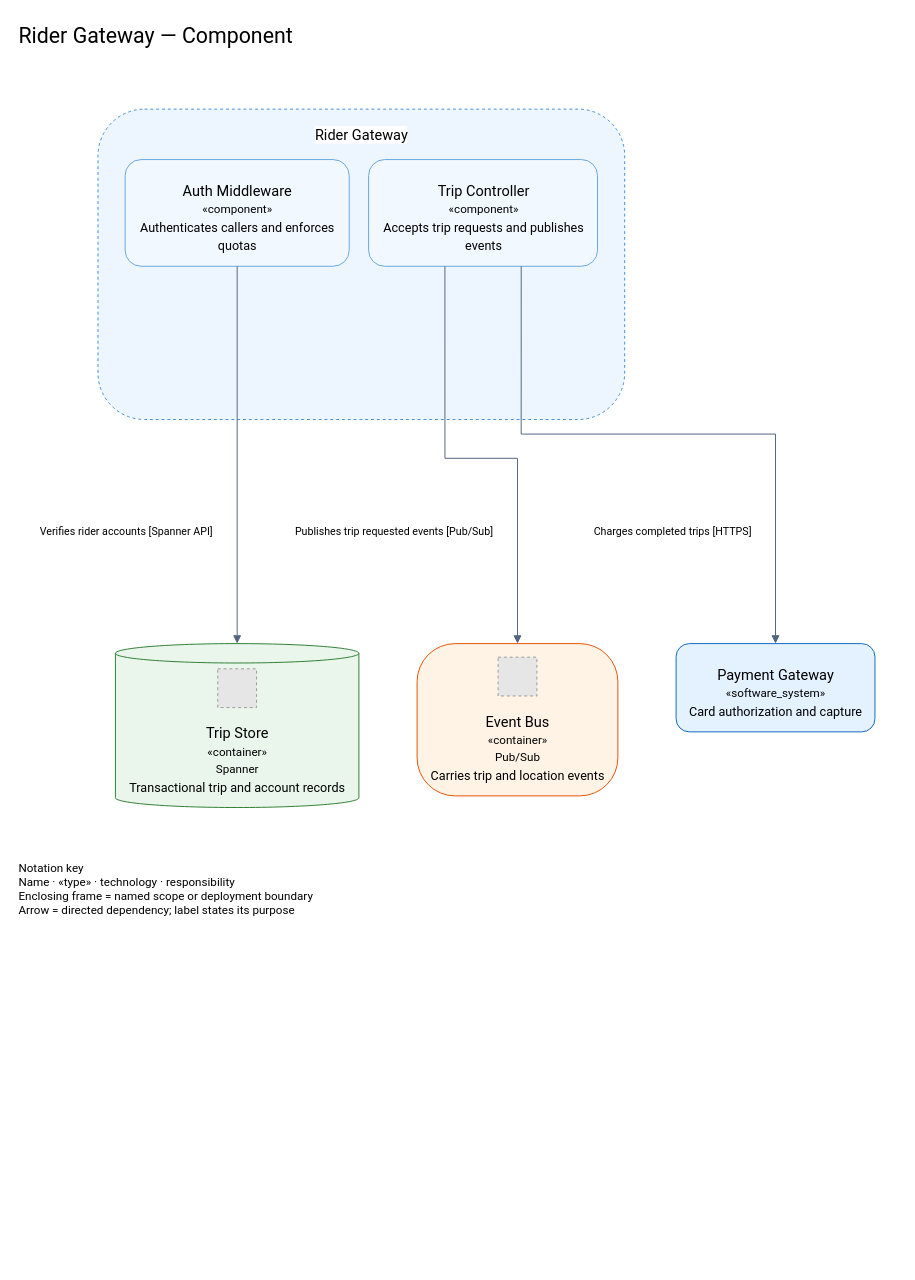
Before: examples/ride-dispatch/diagrams/03-components/component-rider-gateway.drawio in tyler59simon/architecture-suite-plugin, a draw.io diagram. Source tidied: cells renumbered, new cells numbered last; positions are measured from the earlier drawing's top-left corner, leaving out a move shared by most shapes. Both pictures are drawn from the tidied source at 97%, with x=0, y=0 at pixel (16, 16). Pictures stored in the file or linked from it are replaced by grey dashed boxes.
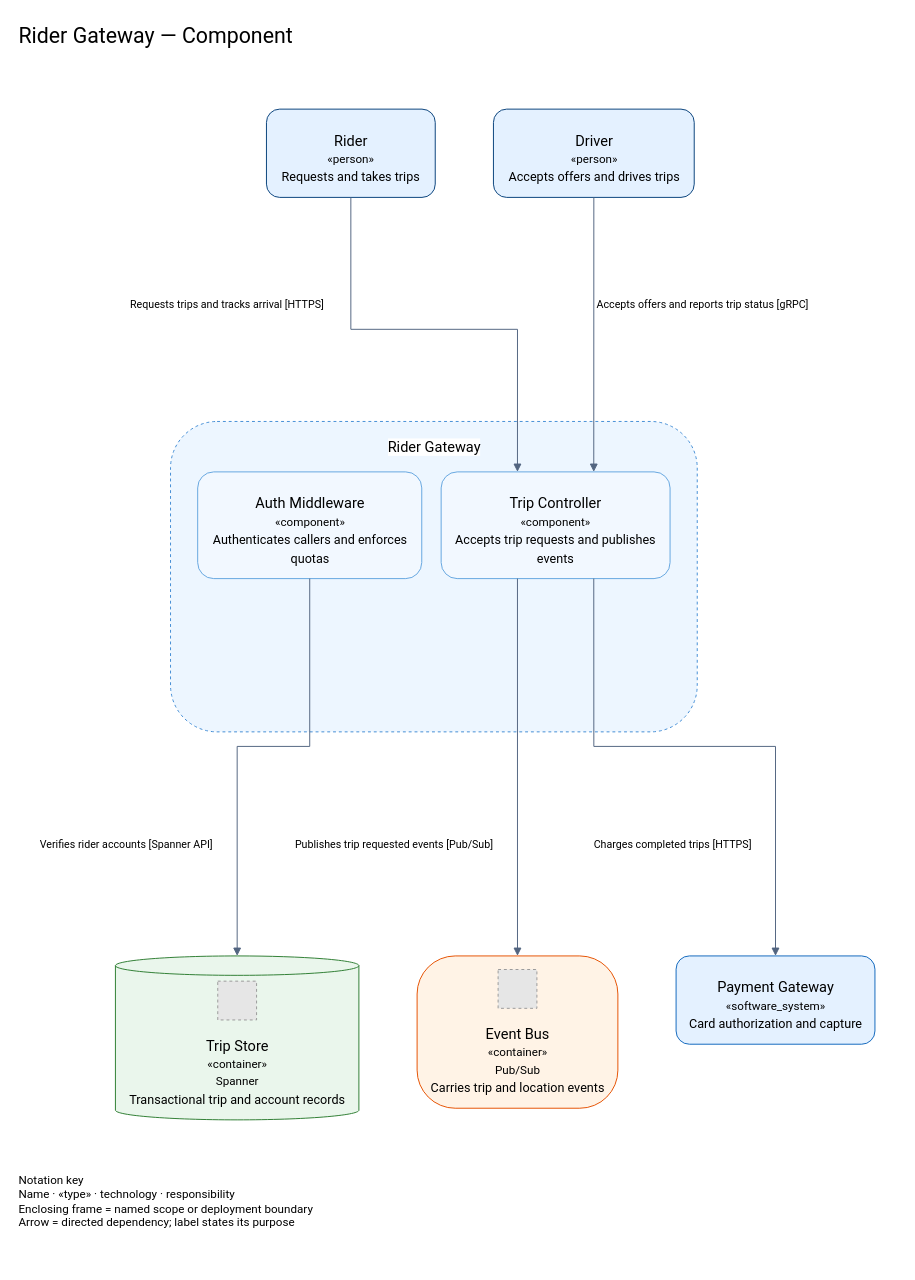
After the change.

Change to the diagram source:
```diff
@@
-    <mxCell id="3" style="rounded=1;fillColor=#e4f1ff;strokeColor=#1168bd;dashed=0;" parent="1" vertex="1">
-      <mxGeometry x="679.5" y="646" width="205" height="91" as="geometry" />
+    <mxCell id="3" style="rounded=1;fillColor=#e4f1ff;strokeColor=#08427b;dashed=0;" parent="1" vertex="1">
+      <mxGeometry x="257.2" y="95" width="174" height="91" as="geometry" />
     </mxCell>
-    <mxCell id="4" value="Payment Gateway" style="text;html=1;align=center;fontSize=15;fontFamily=Roboto;spacing=0;" parent="3" vertex="1">
-      <mxGeometry y="19" width="205" height="22" as="geometry" />
+    <mxCell id="4" value="Rider" style="text;html=1;align=center;fontSize=15;fontFamily=Roboto;spacing=0;" parent="3" vertex="1">
+      <mxGeometry y="19" width="174" height="22" as="geometry" />
     </mxCell>
-    <mxCell id="5" value="«software_system»" style="text;html=1;align=center;fontSize=12;fontFamily=Roboto;spacing=0;" parent="3" vertex="1">
-      <mxGeometry y="40" width="205" height="18" as="geometry" />
+    <mxCell id="5" value="«person»" style="text;html=1;align=center;fontSize=12;fontFamily=Roboto;spacing=0;" parent="3" vertex="1">
+      <mxGeometry y="40" width="174" height="18" as="geometry" />
     </mxCell>
-    <mxCell id="6" value="Card authorization and capture" style="text;html=1;align=center;fontSize=13;fontFamily=Roboto;spacing=0;" parent="3" vertex="1">
-      <mxGeometry y="58" width="205" height="19" as="geometry" />
+    <mxCell id="6" value="Requests and takes trips" style="text;html=1;align=center;fontSize=13;fontFamily=Roboto;spacing=0;" parent="3" vertex="1">
+      <mxGeometry y="58" width="174" height="19" as="geometry" />
     </mxCell>
-    <mxCell id="7" style="rounded=1;arcSize=25;fillColor=#fff3e6;strokeColor=#e65100;dashed=0;" parent="1" vertex="1">
-      <mxGeometry x="412.5" y="646" width="207" height="157" as="geometry" />
+    <mxCell id="7" style="rounded=1;fillColor=#e4f1ff;strokeColor=#08427b;dashed=0;" parent="1" vertex="1">
+      <mxGeometry x="491.2" y="95" width="207" height="91" as="geometry" />
     </mxCell>
-    <mxCell id="8" value="Event Bus" style="text;html=1;align=center;fontSize=15;fontFamily=Roboto;spacing=0;" parent="7" vertex="1">
-      <mxGeometry y="67" width="207" height="22" as="geometry" />
+    <mxCell id="8" value="Driver" style="text;html=1;align=center;fontSize=15;fontFamily=Roboto;spacing=0;" parent="7" vertex="1">
+      <mxGeometry y="19" width="207" height="22" as="geometry" />
     </mxCell>
-    <mxCell id="9" value="«container»" style="text;html=1;align=center;fontSize=12;fontFamily=Roboto;spacing=0;" parent="7" vertex="1">
-      <mxGeometry y="88" width="207" height="18" as="geometry" />
+    <mxCell id="9" value="«person»" style="text;html=1;align=center;fontSize=12;fontFamily=Roboto;spacing=0;" parent="7" vertex="1">
+      <mxGeometry y="40" width="207" height="18" as="geometry" />
     </mxCell>
-    <mxCell id="10" value="Pub/Sub" style="text;html=1;align=center;fontSize=12;fontFamily=Roboto;spacing=0;" parent="7" vertex="1">
-      <mxGeometry y="106" width="207" height="18" as="geometry" />
+    <mxCell id="10" value="Accepts offers and drives trips" style="text;html=1;align=center;fontSize=13;fontFamily=Roboto;spacing=0;" parent="7" vertex="1">
+      <mxGeometry y="58" width="207" height="19" as="geometry" />
     </mxCell>
-    <mxCell id="11" value="Carries trip and location events" style="text;html=1;align=center;fontSize=13;fontFamily=Roboto;spacing=0;" parent="7" vertex="1">
-      <mxGeometry y="124" width="207" height="19" as="geometry" />
-    </mxCell>
-    <mxCell id="12" style="fillColor=#E6E6E6;strokeColor=#999999;dashed=1;" parent="7" vertex="1">
-      <mxGeometry x="83.5" y="14" width="40" height="40" as="geometry" />
-    </mxCell>
-    <mxCell id="13" style="shape=cylinder3;boundedLbl=1;backgroundOutline=1;size=10;fillColor=#eaf6ec;strokeColor=#2e7d32;dashed=0;" parent="1" vertex="1">
-      <mxGeometry x="101.5" y="646" width="251" height="169" as="geometry" />
+    <mxCell id="13" style="rounded=1;fillColor=#e4f1ff;strokeColor=#1168bd;dashed=0;" parent="1" vertex="1">
+      <mxGeometry x="679.5" y="968" width="205" height="91" as="geometry" />
     </mxCell>
-    <mxCell id="14" value="Trip Store" style="text;html=1;align=center;fontSize=15;fontFamily=Roboto;spacing=0;" parent="13" vertex="1">
-      <mxGeometry y="79" width="251" height="22" as="geometry" />
+    <mxCell id="14" value="Payment Gateway" style="text;html=1;align=center;fontSize=15;fontFamily=Roboto;spacing=0;" parent="13" vertex="1">
+      <mxGeometry y="19" width="205" height="22" as="geometry" />
     </mxCell>
-    <mxCell id="15" value="«container»" style="text;html=1;align=center;fontSize=12;fontFamily=Roboto;spacing=0;" parent="13" vertex="1">
-      <mxGeometry y="100" width="251" height="18" as="geometry" />
+    <mxCell id="15" value="«software_system»" style="text;html=1;align=center;fontSize=12;fontFamily=Roboto;spacing=0;" parent="13" vertex="1">
+      <mxGeometry y="40" width="205" height="18" as="geometry" />
     </mxCell>
-    <mxCell id="16" value="Spanner" style="text;html=1;align=center;fontSize=12;fontFamily=Roboto;spacing=0;" parent="13" vertex="1">
-      <mxGeometry y="118" width="251" height="18" as="geometry" />
+    <mxCell id="16" value="Card authorization and capture" style="text;html=1;align=center;fontSize=13;fontFamily=Roboto;spacing=0;" parent="13" vertex="1">
+      <mxGeometry y="58" width="205" height="19" as="geometry" />
     </mxCell>
-    <mxCell id="17" value="Transactional trip and account records" style="text;html=1;align=center;fontSize=13;fontFamily=Roboto;spacing=0;" parent="13" vertex="1">
-      <mxGeometry y="136" width="251" height="19" as="geometry" />
-    </mxCell>
-    <mxCell id="18" style="fillColor=#E6E6E6;strokeColor=#999999;dashed=1;" parent="13" vertex="1">
-      <mxGeometry x="105.5" y="26" width="40" height="40" as="geometry" />
-    </mxCell>
-    <mxCell id="19" style="rounded=1;fillColor=#edf6ff;strokeColor=#438dd5;dashed=1;" parent="1" vertex="1">
-      <mxGeometry x="83.5" y="95" width="543" height="320" as="geometry" />
+    <mxCell id="19" style="rounded=1;arcSize=25;fillColor=#fff3e6;strokeColor=#e65100;dashed=0;" parent="1" vertex="1">
+      <mxGeometry x="412.5" y="968" width="207" height="157" as="geometry" />
     </mxCell>
+    <mxCell id="36" value="Event Bus" style="text;html=1;align=center;fontSize=15;fontFamily=Roboto;spacing=0;" parent="19" vertex="1">
+      <mxGeometry y="67" width="207" height="22" as="geometry" />
+    </mxCell>
+    <mxCell id="38" value="«container»" style="text;html=1;align=center;fontSize=12;fontFamily=Roboto;spacing=0;" parent="19" vertex="1">
+      <mxGeometry y="88" width="207" height="18" as="geometry" />
+    </mxCell>
+    <mxCell id="39" value="Pub/Sub" style="text;html=1;align=center;fontSize=12;fontFamily=Roboto;spacing=0;" parent="19" vertex="1">
+      <mxGeometry y="106" width="207" height="18" as="geometry" />
+    </mxCell>
+    <mxCell id="11" value="Carries trip and location events" style="text;html=1;align=center;fontSize=13;fontFamily=Roboto;spacing=0;" parent="19" vertex="1">
+      <mxGeometry y="124" width="207" height="19" as="geometry" />
+    </mxCell>
+    <mxCell id="12" style="fillColor=#E6E6E6;strokeColor=#999999;dashed=1;" parent="19" vertex="1">
+      <mxGeometry x="83.5" y="14" width="40" height="40" as="geometry" />
+    </mxCell>
-    <mxCell id="20" style="rounded=1;fillColor=#f2f8ff;strokeColor=#65a6df;dashed=0;" parent="19" vertex="1">
-      <mxGeometry x="28" y="52" width="231" height="110" as="geometry" />
+    <mxCell id="20" style="shape=cylinder3;boundedLbl=1;backgroundOutline=1;size=10;fillColor=#eaf6ec;strokeColor=#2e7d32;dashed=0;" parent="1" vertex="1">
+      <mxGeometry x="101.5" y="968" width="251" height="169" as="geometry" />
     </mxCell>
-    <mxCell id="21" value="Auth Middleware" style="text;html=1;align=center;fontSize=15;fontFamily=Roboto;spacing=0;" parent="20" vertex="1">
-      <mxGeometry y="19" width="231" height="22" as="geometry" />
+    <mxCell id="21" value="Trip Store" style="text;html=1;align=center;fontSize=15;fontFamily=Roboto;spacing=0;" parent="20" vertex="1">
+      <mxGeometry y="79" width="251" height="22" as="geometry" />
     </mxCell>
-    <mxCell id="22" value="«component»" style="text;html=1;align=center;fontSize=12;fontFamily=Roboto;spacing=0;" parent="20" vertex="1">
-      <mxGeometry y="40" width="231" height="18" as="geometry" />
+    <mxCell id="22" value="«container»" style="text;html=1;align=center;fontSize=12;fontFamily=Roboto;spacing=0;" parent="20" vertex="1">
+      <mxGeometry y="100" width="251" height="18" as="geometry" />
     </mxCell>
-    <mxCell id="23" value="Authenticates callers and enforces" style="text;html=1;align=center;fontSize=13;fontFamily=Roboto;spacing=0;" parent="20" vertex="1">
-      <mxGeometry y="58" width="231" height="19" as="geometry" />
+    <mxCell id="23" value="Spanner" style="text;html=1;align=center;fontSize=12;fontFamily=Roboto;spacing=0;" parent="20" vertex="1">
+      <mxGeometry y="118" width="251" height="18" as="geometry" />
     </mxCell>
-    <mxCell id="24" value="quotas" style="text;html=1;align=center;fontSize=13;fontFamily=Roboto;spacing=0;" parent="20" vertex="1">
-      <mxGeometry y="77" width="231" height="19" as="geometry" />
+    <mxCell id="24" value="Transactional trip and account records" style="text;html=1;align=center;fontSize=13;fontFamily=Roboto;spacing=0;" parent="20" vertex="1">
+      <mxGeometry y="136" width="251" height="19" as="geometry" />
     </mxCell>
+    <mxCell id="18" style="fillColor=#E6E6E6;strokeColor=#999999;dashed=1;" parent="20" vertex="1">
+      <mxGeometry x="105.5" y="26" width="40" height="40" as="geometry" />
+    </mxCell>
-    <mxCell id="25" style="rounded=1;fillColor=#f2f8ff;strokeColor=#65a6df;dashed=0;" parent="19" vertex="1">
-      <mxGeometry x="279" y="52" width="236" height="110" as="geometry" />
+    <mxCell id="25" style="rounded=1;fillColor=#edf6ff;strokeColor=#438dd5;dashed=1;" parent="1" vertex="1">
+      <mxGeometry x="158.3" y="417" width="543" height="320" as="geometry" />
     </mxCell>
-    <mxCell id="26" value="Trip Controller" style="text;html=1;align=center;fontSize=15;fontFamily=Roboto;spacing=0;" parent="25" vertex="1">
-      <mxGeometry y="19" width="236" height="22" as="geometry" />
-    </mxCell>
+    <mxCell id="40" style="rounded=1;fillColor=#f2f8ff;strokeColor=#65a6df;dashed=0;" parent="25" vertex="1">
+      <mxGeometry x="28" y="52" width="231" height="110" as="geometry" />
+    </mxCell>
+    <mxCell id="41" value="Auth Middleware" style="text;html=1;align=center;fontSize=15;fontFamily=Roboto;spacing=0;" parent="40" vertex="1">
+      <mxGeometry y="19" width="231" height="22" as="geometry" />
+    </mxCell>
+    <mxCell id="42" value="«component»" style="text;html=1;align=center;fontSize=12;fontFamily=Roboto;spacing=0;" parent="40" vertex="1">
+      <mxGeometry y="40" width="231" height="18" as="geometry" />
+    </mxCell>
+    <mxCell id="43" value="Authenticates callers and enforces" style="text;html=1;align=center;fontSize=13;fontFamily=Roboto;spacing=0;" parent="40" vertex="1">
+      <mxGeometry y="58" width="231" height="19" as="geometry" />
+    </mxCell>
+    <mxCell id="44" value="quotas" style="text;html=1;align=center;fontSize=13;fontFamily=Roboto;spacing=0;" parent="40" vertex="1">
+      <mxGeometry y="77" width="231" height="19" as="geometry" />
+    </mxCell>
+    <mxCell id="45" style="rounded=1;fillColor=#f2f8ff;strokeColor=#65a6df;dashed=0;" parent="25" vertex="1">
+      <mxGeometry x="279" y="52" width="236" height="110" as="geometry" />
+    </mxCell>
+    <mxCell id="46" value="Trip Controller" style="text;html=1;align=center;fontSize=15;fontFamily=Roboto;spacing=0;" parent="45" vertex="1">
+      <mxGeometry y="19" width="236" height="22" as="geometry" />
+    </mxCell>
-    <mxCell id="27" value="«component»" style="text;html=1;align=center;fontSize=12;fontFamily=Roboto;spacing=0;" parent="25" vertex="1">
+    <mxCell id="27" value="«component»" style="text;html=1;align=center;fontSize=12;fontFamily=Roboto;spacing=0;" parent="45" vertex="1">
       <mxGeometry y="40" width="236" height="18" as="geometry" />
     </mxCell>
-    <mxCell id="28" value="Accepts trip requests and publishes" style="text;html=1;align=center;fontSize=13;fontFamily=Roboto;spacing=0;" parent="25" vertex="1">
+    <mxCell id="28" value="Accepts trip requests and publishes" style="text;html=1;align=center;fontSize=13;fontFamily=Roboto;spacing=0;" parent="45" vertex="1">
       <mxGeometry y="58" width="236" height="19" as="geometry" />
     </mxCell>
-    <mxCell id="29" value="events" style="text;html=1;align=center;fontSize=13;fontFamily=Roboto;spacing=0;" parent="25" vertex="1">
+    <mxCell id="29" value="events" style="text;html=1;align=center;fontSize=13;fontFamily=Roboto;spacing=0;" parent="45" vertex="1">
       <mxGeometry y="77" width="236" height="19" as="geometry" />
     </mxCell>
-    <mxCell id="30" style="endArrow=block;dashed=0;rounded=0;strokeColor=#526580;exitX=0.5;exitY=1.0;exitPerimeter=0;entryX=0.5;entryY=0.0;entryPerimeter=0;noEdgeStyle=1;" parent="1" edge="1" source="20" target="13">
-      <mxGeometry relative="1" as="geometry" />
+    <mxCell id="30" style="endArrow=block;dashed=0;rounded=0;strokeColor=#526580;exitX=0.5;exitY=1.0;exitPerimeter=0;entryX=0.3333333333333334;entryY=0.0;entryPerimeter=0;noEdgeStyle=1;" parent="1" edge="1" source="3" target="45">
+      <mxGeometry relative="1" as="geometry">
+        <Array as="points">
+          <mxPoint x="344.2" y="322" />
+          <mxPoint x="516" y="322" />
+        </Array>
+      </mxGeometry>
     </mxCell>
-    <mxCell id="31" value="Verifies rider accounts [Spanner API]" style="text;html=1;fillColor=#ffffff;fontSize=11;fontFamily=Roboto;spacing=0;" parent="1" vertex="1">
-      <mxGeometry x="24" y="520" width="201" height="26" as="geometry" />
+    <mxCell id="31" value="Requests trips and tracks arrival [HTTPS]" style="text;html=1;fillColor=#ffffff;fontSize=11;fontFamily=Roboto;spacing=0;" parent="1" vertex="1">
+      <mxGeometry x="117.2" y="286" width="225" height="26" as="geometry" />
     </mxCell>
-    <mxCell id="32" style="endArrow=block;dashed=0;rounded=0;strokeColor=#526580;exitX=0.3333333333333334;exitY=1.0;exitPerimeter=0;entryX=0.5;entryY=0.0;entryPerimeter=0;noEdgeStyle=1;" parent="1" edge="1" source="25" target="7">
-      <mxGeometry relative="1" as="geometry">
-        <Array as="points">
-          <mxPoint x="441.2" y="455" />
-          <mxPoint x="516" y="455" />
-        </Array>
-      </mxGeometry>
+    <mxCell id="32" style="endArrow=block;dashed=0;rounded=0;strokeColor=#526580;exitX=0.5;exitY=1.0;exitPerimeter=0;entryX=0.6666666666666671;entryY=0.0;entryPerimeter=0;noEdgeStyle=1;" parent="1" edge="1" source="7" target="45">
+      <mxGeometry relative="1" as="geometry" />
     </mxCell>
-    <mxCell id="33" value="Publishes trip requested events [Pub/Sub]" style="text;html=1;fillColor=#ffffff;fontSize=11;fontFamily=Roboto;spacing=0;" parent="1" vertex="1">
-      <mxGeometry x="287" y="520" width="227" height="26" as="geometry" />
+    <mxCell id="33" value="Accepts offers and reports trip status [gRPC]" style="text;html=1;fillColor=#ffffff;fontSize=11;fontFamily=Roboto;spacing=0;" parent="1" vertex="1">
+      <mxGeometry x="597.7" y="286" width="242" height="26" as="geometry" />
     </mxCell>
-    <mxCell id="34" style="endArrow=block;dashed=0;rounded=0;strokeColor=#526580;exitX=0.6666666666666669;exitY=1.0;exitPerimeter=0;entryX=0.5;entryY=0.0;entryPerimeter=0;noEdgeStyle=1;" parent="1" edge="1" source="25" target="3">
+    <mxCell id="34" style="endArrow=block;dashed=0;rounded=0;strokeColor=#526580;exitX=0.5;exitY=1.0;exitPerimeter=0;entryX=0.5000000000000002;entryY=0.0;entryPerimeter=0;noEdgeStyle=1;" parent="1" edge="1" source="40" target="20">
       <mxGeometry relative="1" as="geometry">
         <Array as="points">
-          <mxPoint x="519.8" y="430" />
-          <mxPoint x="782" y="430" />
+          <mxPoint x="301.8" y="752" />
+          <mxPoint x="227" y="752" />
         </Array>
       </mxGeometry>
     </mxCell>
-    <mxCell id="35" value="Charges completed trips [HTTPS]" style="text;html=1;fillColor=#ffffff;fontSize=11;fontFamily=Roboto;spacing=0;" parent="1" vertex="1">
-      <mxGeometry x="595" y="520" width="185" height="26" as="geometry" />
+    <mxCell id="35" value="Verifies rider accounts [Spanner API]" style="text;html=1;fillColor=#ffffff;fontSize=11;fontFamily=Roboto;spacing=0;" parent="1" vertex="1">
+      <mxGeometry x="24" y="842" width="201" height="26" as="geometry" />
     </mxCell>
-    <mxCell id="36" value="Rider Gateway" style="text;html=1;align=center;fontSize=15;fontFamily=Roboto;spacing=0;labelBackgroundColor=#ffffff;" parent="1" vertex="1">
-      <mxGeometry x="83.5" y="108" width="543" height="22" as="geometry" />
-    </mxCell>
+    <mxCell id="47" style="endArrow=block;dashed=0;rounded=0;strokeColor=#526580;exitX=0.3333333333333334;exitY=1.0;exitPerimeter=0;entryX=0.5;entryY=0.0;entryPerimeter=0;noEdgeStyle=1;" parent="1" edge="1" source="45" target="19">
+      <mxGeometry relative="1" as="geometry" />
+    </mxCell>
+    <mxCell id="48" value="Publishes trip requested events [Pub/Sub]" style="text;html=1;fillColor=#ffffff;fontSize=11;fontFamily=Roboto;spacing=0;" parent="1" vertex="1">
+      <mxGeometry x="287" y="842" width="227" height="26" as="geometry" />
+    </mxCell>
+    <mxCell id="49" style="endArrow=block;dashed=0;rounded=0;strokeColor=#526580;exitX=0.6666666666666671;exitY=1.0;exitPerimeter=0;entryX=0.5;entryY=0.0;entryPerimeter=0;noEdgeStyle=1;" parent="1" edge="1" source="45" target="13">
+      <mxGeometry relative="1" as="geometry">
+        <Array as="points">
+          <mxPoint x="594.7" y="752" />
+          <mxPoint x="782" y="752" />
+        </Array>
+      </mxGeometry>
+    </mxCell>
+    <mxCell id="50" value="Charges completed trips [HTTPS]" style="text;html=1;fillColor=#ffffff;fontSize=11;fontFamily=Roboto;spacing=0;" parent="1" vertex="1">
+      <mxGeometry x="595" y="842" width="185" height="26" as="geometry" />
+    </mxCell>
+    <mxCell id="26" value="Rider Gateway" style="text;html=1;align=center;fontSize=15;fontFamily=Roboto;spacing=0;labelBackgroundColor=#ffffff;" parent="1" vertex="1">
+      <mxGeometry x="158.3" y="430" width="543" height="22" as="geometry" />
+    </mxCell>
     <mxCell id="37" value="Notation key&lt;br&gt;Name · «type» · technology · responsibility&lt;br&gt;Enclosing frame = named scope or deployment boundary&lt;br&gt;Arrow = directed dependency; label states its purpose" style="text;html=1;align=left;fontSize=12;fontFamily=Roboto;" parent="1" vertex="1">
-      <mxGeometry y="864" width="560" height="100" as="geometry" />
+      <mxGeometry y="1186" width="560" height="100" as="geometry" />
     </mxCell>
```
